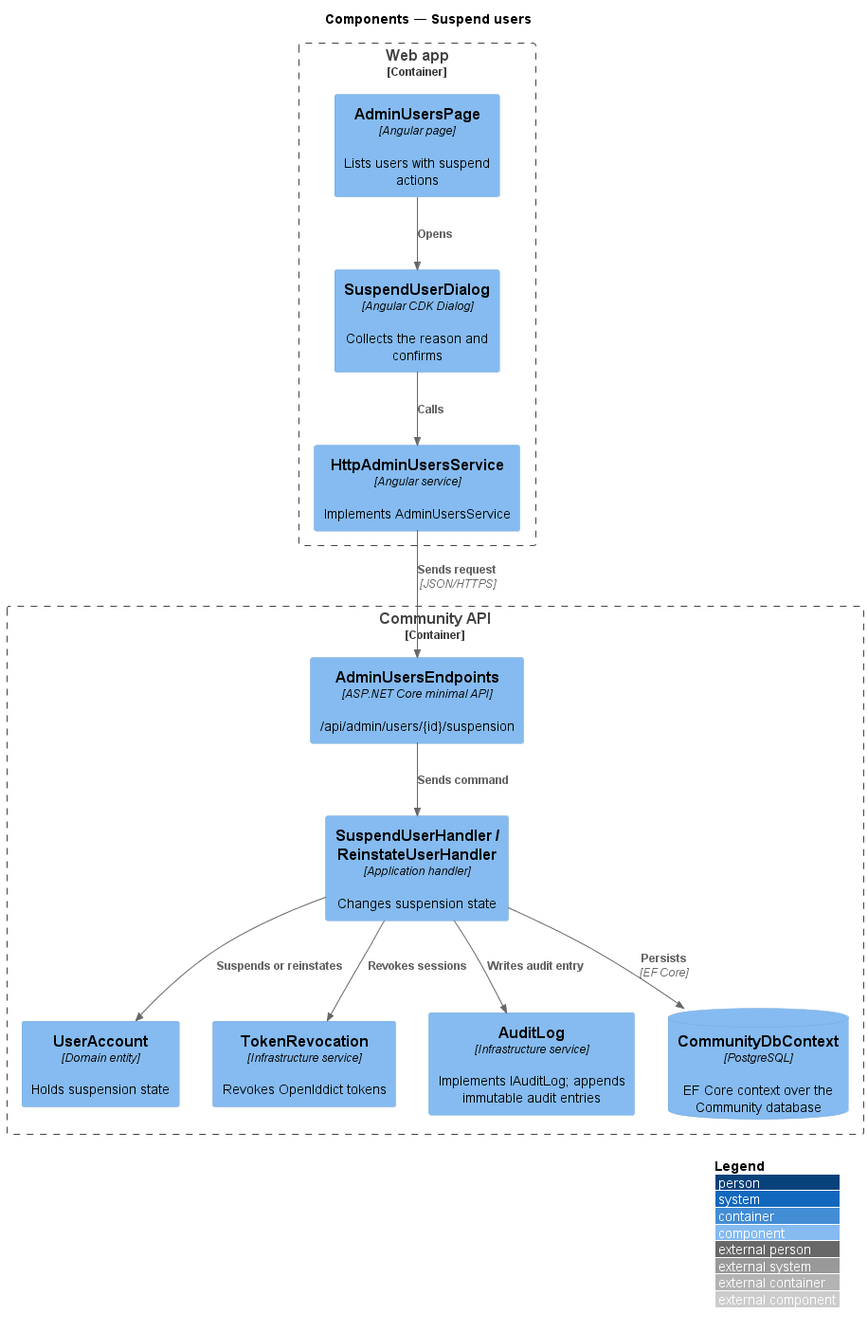
This is docs/detailed-designs/admin/suspend-users/diagrams/c4-component.png from QuinntyneBrown/faithtech-community, a PlantUML export, as it was before one commit. The source it was exported from:
```plantuml
@startuml
!include <C4/C4_Component>
LAYOUT_WITH_LEGEND()
title Components — Suspend users
Container_Boundary(web, "Web app") {
  Component(page, "AdminUsersPage", "Angular page", "Lists users with suspend actions")
  Component(dlg, "SuspendUserDialog", "Angular CDK Dialog", "Collects the reason and confirms")
  Component(svc, "HttpAdminUsersService", "Angular service", "Implements AdminUsersService")
}
Container_Boundary(api, "Community API") {
  Component(ep, "AdminUsersEndpoints", "ASP.NET Core minimal API", "/api/admin/users/{id}/suspension")
  Component(h, "SuspendUserHandler / ReinstateUserHandler", "Application handler", "Changes suspension state")
  Component(acct, "UserAccount", "Domain entity", "Holds suspension state")
  Component(rev, "TokenRevocation", "Infrastructure service", "Revokes OpenIddict tokens")
  Component(audit, "AuditLog", "Infrastructure service", "Implements IAuditLog; appends immutable audit entries")
  ComponentDb(db, "CommunityDbContext", "PostgreSQL", "EF Core context over the Community database")
}
Rel(page, dlg, "Opens")
Rel(dlg, svc, "Calls")
Rel(svc, ep, "Sends request", "JSON/HTTPS")
Rel(ep, h, "Sends command")
Rel(h, acct, "Suspends or reinstates")
Rel(h, rev, "Revokes sessions")
Rel(h, audit, "Writes audit entry")
Rel(h, db, "Persists", "EF Core")
@enduml
```
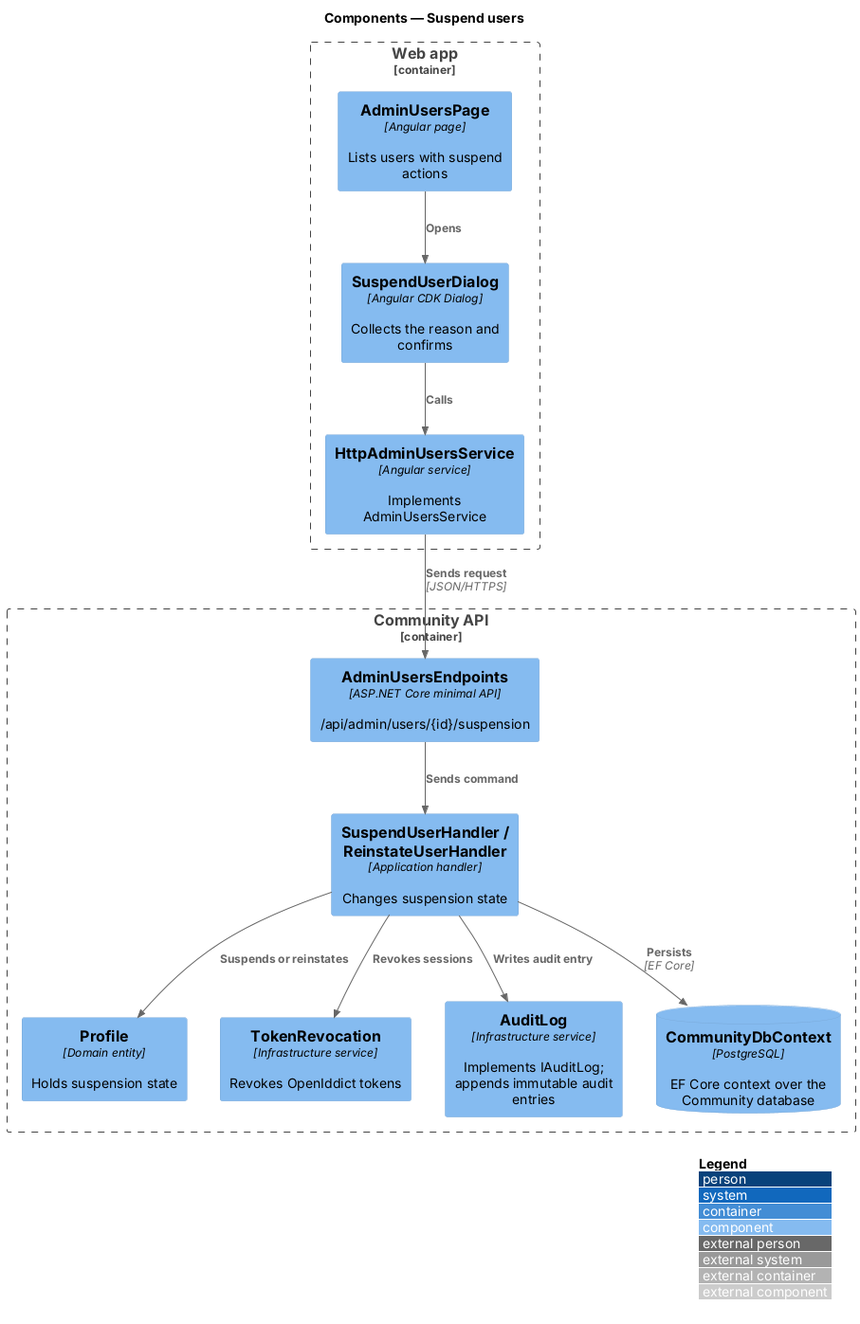
The same diagram one commit later.

Change to the diagram source:
```diff
@@ -10,7 +10,7 @@
 Container_Boundary(api, "Community API") {
   Component(ep, "AdminUsersEndpoints", "ASP.NET Core minimal API", "/api/admin/users/{id}/suspension")
   Component(h, "SuspendUserHandler / ReinstateUserHandler", "Application handler", "Changes suspension state")
-  Component(acct, "UserAccount", "Domain entity", "Holds suspension state")
+  Component(acct, "Profile", "Domain entity", "Holds suspension state")
   Component(rev, "TokenRevocation", "Infrastructure service", "Revokes OpenIddict tokens")
   Component(audit, "AuditLog", "Infrastructure service", "Implements IAuditLog; appends immutable audit entries")
   ComponentDb(db, "CommunityDbContext", "PostgreSQL", "EF Core context over the Community database")
```
